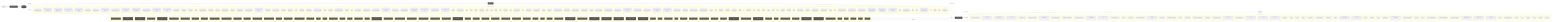
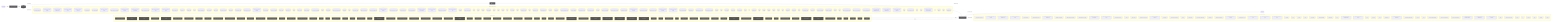
flowchart LR
  UserQ(["👤 User Query"])
  Embed["📐 Embedding Model"]
  VecDB[("📚 Vector Store")]
  Retriever["🔍 Retriever"]
  LLMNode["🧠 LLM / Generator"]
  Output(["✅ Response"])
  UserQ -->|query| Embed
  Embed -->|vector| VecDB
  VecDB -->|top-k chunks| Retriever
  Retriever -->|context + query| LLMNode
  LLMNode -->|generated answer| Output
  subgraph DetectedMemory["Detected memory stores"]
    det_detectedmemory_check_gitbook_readiness_33bdca76[("check-gitbook-readiness")]
    det_detectedmemory_check_steering_feedback_contract_80134459[("check-steering-feedback-contract")]
    det_detectedmemory_prompt_context_drift_validate_runner_c8ecc6f5[("prompt-context-drift-validate-runner")]
    det_detectedmemory_prompt_context_drift_write_runner_69e6a4fd[("prompt-context-drift-write-runner")]
    det_detectedmemory_normalize_workflow_contracts_8701f1c8[("normalize-workflow-contracts")]
    det_detectedmemory_run_harness_evals_77704768[("run-harness-evals")]
    det_detectedmemory_sync_codex_preflight_7e7a8dc2[("sync-codex-preflight")]
    det_detectedmemory_test_harness_upgrade_matrix_84113c4e[("test-harness-upgrade-matrix")]
    det_detectedmemory_validate_prompt_context_drift_8c949ef6[("validate-prompt-context-drift")]
    det_detectedmemory_validate_runtime_packet_schemas_bc3ba8ec[("validate-runtime-packet-schemas")]
    det_detectedmemory_validate_system_prompt_gap_adoption_62d8c955[("validate-system-prompt-gap-adoption")]
    det_detectedmemory_validate_workflow_contracts_33dc063c[("validate-workflow-contracts")]
    det_detectedmemory_write_agent_native_ratchet_report_67cdbeea[("write-agent-native-ratchet-report")]
    det_detectedmemory_write_prompt_context_drift_report_71a4e149[("write-prompt-context-drift-report")]
    det_detectedmemory_branch_protect_core_a8feb0fd[("branch-protect-core")]
    det_detectedmemory_ci_migrate_core_7005b5af[("ci-migrate-core")]
    det_detectedmemory_context_health_80bb7da9[("context-health")]
    det_detectedmemory_context_ea7792a2[("context")]
    det_detectedmemory_docs_gate_classification_2f51c90b[("docs-gate-classification")]
    det_detectedmemory_docs_gate_types_d285abb6[("docs-gate-types")]
    det_detectedmemory_index_context_de3ed39d[("index-context")]
    det_detectedmemory_local_memory_preflight_dcc36c42[("local-memory-preflight")]
    det_detectedmemory_memory_gate_a577a506[("memory-gate")]
    det_detectedmemory_next_orientation_meta_3a6af72b[("next-orientation-meta")]
    det_detectedmemory_next_prompt_context_drift_3c5a93d5[("next-prompt-context-drift")]
    det_detectedmemory_next_recommendation_decisions_03315dd4[("next-recommendation-decisions")]
    det_detectedmemory_next_runner_state_be6fe997[("next-runner-state")]
    det_detectedmemory_pattern_scope_siblings_43abe000[("pattern-scope-siblings")]
    det_detectedmemory_review_context_ca6cf81d[("review-context")]
    det_detectedmemory_review_gate_core_4c8001f9[("review-gate-core")]
    det_detectedmemory_search_24193290[("search")]
    det_detectedmemory_session_context_e5ec72c0[("session-context")]
    det_detectedmemory_tooling_audit_core_328d6a41[("tooling-audit-core")]
    det_detectedmemory_run_local_memory_preflight_36e92808[("run-local-memory-preflight")]
    det_detectedmemory_checker_d2d2328e[("checker")]
    det_detectedmemory_context_health_1_ceb11829[("context-health")]
    det_detectedmemory_prompt_context_drift_surface_c1e30b42[("prompt-context-drift-surface")]
    det_detectedmemory_test_fixtures_c2f936b0[("test-fixtures")]
    det_detectedmemory_types_2_d9bc6e7a[("types")]
    det_detectedmemory_branch_protect_sync_570adb18[("branch-protect-sync")]
    det_detectedmemory_builtin_command_specs_ac7d392e[("builtin-command-specs")]
    det_detectedmemory_command_capability_rules_ca3f496a[("command-capability-rules")]
    det_detectedmemory_command_expected_artifacts_6469c2fb[("command-expected-artifacts")]
+     det_detectedmemory_command_invocation_effects_fbc96da5[("command-invocation-effects")]
    det_detectedmemory_command_specs_core_1c0ffc99[("command-specs-core")]
    det_detectedmemory_command_visibility_rules_83c6a86a[("command-visibility-rules")]
    det_detectedmemory_local_memory_preflight_command_spec_9e23f3ce[("local-memory-preflight-command-spec")]
    det_detectedmemory_memory_gate_command_spec_dc9001a9[("memory-gate-command-spec")]
    det_detectedmemory_review_gate_command_spec_3187376a[("review-gate-command-spec")]
    det_detectedmemory_session_context_command_spec_973afbb1[("session-context-command-spec")]
    det_detectedmemory_constants_7517017f[("constants")]
    det_detectedmemory_context_compact_policy_3dcaf95d[("context-compact-policy")]
    det_detectedmemory_index_3_7e40d474[("index")]
    det_detectedmemory_indexer_70fa78e5[("indexer")]
    det_detectedmemory_init_error_5c7dd49f[("init-error")]
    det_detectedmemory_lexical_fallback_723e2b3e[("lexical-fallback")]
    det_detectedmemory_ollama_76e3c7bf[("ollama")]
    det_detectedmemory_rollout_a4fa034c[("rollout")]
    det_detectedmemory_sources_878a52fc[("sources")]
    det_detectedmemory_store_824d80d7[("store")]
    det_detectedmemory_sync_contract_c79fa191[("sync-contract")]
    det_detectedmemory_types_8_f6283648[("types")]
    det_detectedmemory_harness_run_context_ac7c77a9[("harness-run-context")]
    det_detectedmemory_index_4_013aa0e3[("index")]
    det_detectedmemory_json_schema_core_96d7e328[("json-schema-core")]
    det_detectedmemory_policy_validators_core_714a3fe7[("policy-validators-core")]
    det_detectedmemory_types_core_e405ddca[("types-core")]
    det_detectedmemory_validator_core_4358f8ba[("validator-core")]
    det_detectedmemory_archive_candidates_scanner_d0931789[("archive-candidates-scanner")]
    det_detectedmemory_archive_candidates_dc0e40e1[("archive-candidates")]
    det_detectedmemory_docs_task_eval_contract_79347457[("docs-task-eval-contract")]
    det_detectedmemory_docs_task_eval_fixtures_44902755[("docs-task-eval-fixtures")]
    det_detectedmemory_init_modes_c05ceb07[("init-modes")]
    det_detectedmemory_project_brain_templates_7ef51530[("project-brain-templates")]
    det_detectedmemory_scaffold_diagram_templates_dd88e83c[("scaffold-diagram-templates")]
    det_detectedmemory_scaffold_doc_templates_f6152330[("scaffold-doc-templates")]
    det_detectedmemory_scaffold_environment_templates_c1ceba6a[("scaffold-environment-templates")]
    det_detectedmemory_scaffold_gitbook_templates_76afd03a[("scaffold-gitbook-templates")]
    det_detectedmemory_scaffold_hook_templates_8c74ab50[("scaffold-hook-templates")]
    det_detectedmemory_scaffold_root_command_templates_404fed7f[("scaffold-root-command-templates")]
    det_detectedmemory_scaffold_script_template_registry_69312d4e[("scaffold-script-template-registry")]
    det_detectedmemory_scaffold_shell_templates_0ad0f915[("scaffold-shell-templates")]
    det_detectedmemory_scaffold_surfaces_12d6494e[("scaffold-surfaces")]
    det_detectedmemory_scaffold_template_registry_b1cce2aa[("scaffold-template-registry")]
    det_detectedmemory_scaffold_workflow_template_92310587[("scaffold-workflow-template")]
    det_detectedmemory_eval_seed_5699fd3e[("eval-seed")]
    det_detectedmemory_index_10_f6785a46[("index")]
    det_detectedmemory_review_context_1_e3afed15[("review-context")]
    det_detectedmemory_memory_gate_1_265164ac[("memory-gate")]
    det_detectedmemory_branch_enforcer_acb749cd[("branch-enforcer")]
    det_detectedmemory_cli_args_5_09ea29f0[("cli-args")]
    det_detectedmemory_cli_7_dc4a9f7f[("cli")]
    det_detectedmemory_metrics_tracker_98cec29c[("metrics-tracker")]
    det_detectedmemory_types_20_071a0112[("types")]
    det_detectedmemory_validator_5_b19ac2be[("validator")]
    det_detectedmemory_classifier_fe1991a9[("classifier")]
    det_detectedmemory_collector_0736fd5b[("collector")]
    det_detectedmemory_context_1_2c2d8aa6[("context")]
    det_detectedmemory_types_22_f3cf4a73[("types")]
    det_detectedmemory_tooling_paths_560ac80d[("tooling-paths")]
    det_detectedmemory_claim_helpers_20dc8387[("claim-helpers")]
    det_detectedmemory_types_26_a5814179[("types")]
    det_detectedmemory_local_memory_smoke_1175abfc[("local-memory-smoke")]
    det_detectedmemory_local_memory_0db17ecc[("local-memory")]
    det_detectedmemory_performance_overload_c685bfcf[("performance-overload")]
    det_detectedmemory_suggestion_generator_0956f794[("suggestion-generator")]
    det_detectedmemory_git_head_7346fd6a[("git-head")]
    det_detectedmemory_index_12_762ec91b[("index")]
    det_detectedmemory_prompt_context_drift_builder_a451c7dd[("prompt-context-drift-builder")]
    det_detectedmemory_prompt_context_drift_report_3257a95c[("prompt-context-drift-report")]
    det_detectedmemory_prompt_context_drift_types_ba6863d4[("prompt-context-drift-types")]
    det_detectedmemory_prompt_context_drift_validation_evidence_21f0336f[("prompt-context-drift-validation-evidence")]
    det_detectedmemory_prompt_context_drift_validation_utils_2285f4ac[("prompt-context-drift-validation-utils")]
    det_detectedmemory_prompt_context_drift_validation_8fc01719[("prompt-context-drift-validation")]
    det_detectedmemory_index_13_97df39c8[("index")]
    det_detectedmemory_prompt_context_receipt_17b862b2[("prompt-context-receipt")]
    det_detectedmemory_types_33_16e22a82[("types")]
    det_detectedmemory_policy_1_fc4198db[("policy")]
    det_detectedmemory_runtime_card_codex_runtime_validation_d8ce9934[("runtime-card-codex-runtime-validation")]
    det_detectedmemory_cli_13_ae2ba749[("cli")]
    det_detectedmemory_collector_1_bc604d2a[("collector")]
    det_detectedmemory_types_36_674380ec[("types")]
    det_detectedmemory_overload_guard_2748c559[("overload-guard")]
  end
  VecDB -. "implemented by" .-> DetectedMemory
  subgraph DetectedLLM["Detected LLM clients"]
    det_detectedllm_check_codex_agent_roles_5bb2e89b["check-codex-agent-roles"]
    det_detectedllm_check_steering_feedback_contract_80134459["check-steering-feedback-contract"]
    det_detectedllm_prompt_context_drift_validate_runner_c8ecc6f5["prompt-context-drift-validate-runner"]
    det_detectedllm_prompt_context_drift_write_runner_69e6a4fd["prompt-context-drift-write-runner"]
    det_detectedllm_run_harness_evals_77704768["run-harness-evals"]
    det_detectedllm_validate_decision_request_2e5c325e["validate-decision-request"]
    det_detectedllm_validate_goal_completion_audit_receipt_100d252c["validate-goal-completion-audit-receipt"]
    det_detectedllm_validate_packaged_skill_5e32c890["validate-packaged-skill"]
    det_detectedllm_validate_prompt_context_drift_8c949ef6["validate-prompt-context-drift"]
    det_detectedllm_validate_reviewer_coverage_251efee3["validate-reviewer-coverage"]
    det_detectedllm_validate_system_prompt_gap_adoption_62d8c955["validate-system-prompt-gap-adoption"]
    det_detectedllm_write_prompt_context_drift_report_71a4e149["write-prompt-context-drift-report"]
    det_detectedllm_check_environment_core_2c16213f["check-environment-core"]
    det_detectedllm_context_ea7792a2["context"]
    det_detectedllm_index_context_de3ed39d["index-context"]
    det_detectedllm_next_prompt_context_drift_3c5a93d5["next-prompt-context-drift"]
    det_detectedllm_next_recommendation_decisions_03315dd4["next-recommendation-decisions"]
    det_detectedllm_prompt_gate_c5e9d207["prompt-gate"]
    det_detectedllm_remediate_runner_helpers_929fedcc["remediate-runner-helpers"]
    det_detectedllm_search_24193290["search"]
    det_detectedllm_context_health_1_ceb11829["context-health"]
    det_detectedllm_prompt_context_drift_surface_c1e30b42["prompt-context-drift-surface"]
    det_detectedllm_test_fixtures_c2f936b0["test-fixtures"]
    det_detectedllm_builtin_command_specs_ac7d392e["builtin-command-specs"]
    det_detectedllm_command_expected_artifacts_6469c2fb["command-expected-artifacts"]
    det_detectedllm_command_specs_core_1c0ffc99["command-specs-core"]
    det_detectedllm_pilot_evaluate_command_spec_1084ea72["pilot-evaluate-command-spec"]
    det_detectedllm_pilot_rollback_command_spec_4fe69f7d["pilot-rollback-command-spec"]
    det_detectedllm_prompt_gate_command_spec_9a941482["prompt-gate-command-spec"]
    det_detectedllm_constants_7517017f["constants"]
    det_detectedllm_index_3_7e40d474["index"]
    det_detectedllm_indexer_70fa78e5["indexer"]
    det_detectedllm_ollama_76e3c7bf["ollama"]
    det_detectedllm_sync_contract_c79fa191["sync-contract"]
    det_detectedllm_north_star_validators_cfc926ce["north-star-validators"]
    det_detectedllm_hilt_boundary_9b36fb15["hilt-boundary"]
    det_detectedllm_types_10_75e5a4a0["types"]
    det_detectedllm_goal_completion_audit_receipt_validation_9d0f4891["goal-completion-audit-receipt-validation"]
    det_detectedllm_goal_completion_audit_receipt_5e4939c3["goal-completion-audit-receipt"]
    det_detectedllm_index_5_522f772a["index"]
    det_detectedllm_constants_1_a84e15f0["constants"]
    det_detectedllm_types_18_37582e2a["types"]
    det_detectedllm_sensitive_text_7c11f760["sensitive-text"]
    det_detectedllm_pr_template_linked_issue_relationship_a7b61f2c["pr-template-linked-issue-relationship"]
    det_detectedllm_pr_template_validator_rules_20a32d6b["pr-template-validator-rules"]
    det_detectedllm_git_head_7346fd6a["git-head"]
    det_detectedllm_index_12_762ec91b["index"]
    det_detectedllm_prompt_context_drift_builder_a451c7dd["prompt-context-drift-builder"]
    det_detectedllm_prompt_context_drift_report_3257a95c["prompt-context-drift-report"]
    det_detectedllm_prompt_context_drift_types_ba6863d4["prompt-context-drift-types"]
    det_detectedllm_prompt_context_drift_validation_evidence_21f0336f["prompt-context-drift-validation-evidence"]
    det_detectedllm_prompt_context_drift_validation_utils_2285f4ac["prompt-context-drift-validation-utils"]
    det_detectedllm_prompt_context_drift_validation_8fc01719["prompt-context-drift-validation"]
    det_detectedllm_index_13_97df39c8["index"]
    det_detectedllm_prompt_context_receipt_17b862b2["prompt-context-receipt"]
    det_detectedllm_cli_args_9_9c136878["cli-args"]
    det_detectedllm_cli_12_01c06c37["cli"]
    det_detectedllm_sections_4697ef32["sections"]
    det_detectedllm_types_29_929d5a70["types"]
    det_detectedllm_validator_7_f836eb0e["validator"]
    det_detectedllm_cli_args_10_861cdd3f["cli-args"]
  end
  LLMNode -. "implemented by" .-> DetectedLLM
  subgraph DetectedTools["Agentic tool calls"]
    det_detectedtools_check_codex_agent_roles_5bb2e89b["🔧 check-codex-agent-roles"]
    det_detectedtools_check_steering_feedback_contract_80134459["🔧 check-steering-feedback-contract"]
    det_detectedtools_check_tooling_baseline_parity_3124b30a["🔧 check-tooling-baseline-parity"]
    det_detectedtools_run_harness_evals_77704768["🔧 run-harness-evals"]
    det_detectedtools_validate_action_review_receipt_fa2f06c3["🔧 validate-action-review-receipt"]
    det_detectedtools_validate_packaged_skill_5e32c890["🔧 validate-packaged-skill"]
    det_detectedtools_validate_replay_packet_f309747e["🔧 validate-replay-packet"]
    det_detectedtools_ci_migrate_core_7005b5af["🔧 ci-migrate-core"]
    det_detectedtools_doctor_checks_5a2eb2b9["🔧 doctor-checks"]
    det_detectedtools_doctor_github_tool_check_e0a938df["🔧 doctor-github-tool-check"]
    det_detectedtools_doctor_github_tool_checks_a53b0382["🔧 doctor-github-tool-checks"]
    det_detectedtools_doctor_tool_checks_4acac51a["🔧 doctor-tool-checks"]
    det_detectedtools_fleet_plan_repo_ecdc6499["🔧 fleet-plan-repo"]
    det_detectedtools_next_blocked_decisions_4140ad2b["🔧 next-blocked-decisions"]
    det_detectedtools_next_pr_closeout_contract_af31d30a["🔧 next-pr-closeout-contract"]
    det_detectedtools_policy_gate_213f7313["🔧 policy-gate"]
    det_detectedtools_remediate_cli_output_cc165396["🔧 remediate-cli-output"]
    det_detectedtools_remediate_runner_helpers_929fedcc["🔧 remediate-runner-helpers"]
    det_detectedtools_review_gate_core_4c8001f9["🔧 review-gate-core"]
    det_detectedtools_index_1bc04b52["🔧 index"]
    det_detectedtools_types_1_4ecdf56e["🔧 types"]
    det_detectedtools_validation_constants_e002a0f6["🔧 validation-constants"]
    det_detectedtools_validation_98c41dcd["🔧 validation"]
    det_detectedtools_checker_d2d2328e["🔧 checker"]
    det_detectedtools_shared_state_policy_edc9c4db["🔧 shared-state-policy"]
    det_detectedtools_cli_args_1_6144b055["🔧 cli-args"]
    det_detectedtools_command_agent_native_capability_rules_b491ef6c["🔧 command-agent-native-capability-rules"]
    det_detectedtools_command_capabilities_a4d5c71e["🔧 command-capabilities"]
    det_detectedtools_command_capability_rules_ca3f496a["🔧 command-capability-rules"]
    det_detectedtools_command_visibility_rules_83c6a86a["🔧 command-visibility-rules"]
    det_detectedtools_linear_command_actions_e430f4f4["🔧 linear-command-actions"]
    det_detectedtools_linear_command_runner_4a740dfc["🔧 linear-command-runner"]
    det_detectedtools_policy_validators_core_714a3fe7["🔧 policy-validators-core"]
    det_detectedtools_shared_state_action_validator_e7b128cd["🔧 shared-state-action-validator"]
    det_detectedtools_types_core_e405ddca["🔧 types-core"]
    det_detectedtools_validator_core_4358f8ba["🔧 validator-core"]
    det_detectedtools_validator_helpers_7b927667["🔧 validator-helpers"]
    det_detectedtools_he_phase_exit_core_1148895b["🔧 he-phase-exit-core"]
    det_detectedtools_environment_runtime_3206f0a8["🔧 environment-runtime"]
    det_detectedtools_observed_skill_usage_ed7d5930["🔧 observed-skill-usage"]
    det_detectedtools_closure_evidence_aaa31467["🔧 closure-evidence"]
    det_detectedtools_pr_creator_dc6b1ea4["🔧 pr-creator"]
    det_detectedtools_client_948fe603["🔧 client"]
    det_detectedtools_init_output_360dce91["🔧 init-output"]
    det_detectedtools_scaffold_ci_templates_2afd6392["🔧 scaffold-ci-templates"]
    det_detectedtools_scaffold_codex_environment_templates_334fbbed["🔧 scaffold-codex-environment-templates"]
    det_detectedtools_scaffold_config_templates_4b80ce53["🔧 scaffold-config-templates"]
    det_detectedtools_scaffold_environment_templates_c1ceba6a["🔧 scaffold-environment-templates"]
    det_detectedtools_scaffold_github_actions_pr_pipeline_renderer_1ee18de5["🔧 scaffold-github-actions-pr-pipeline-renderer"]
    det_detectedtools_scaffold_github_actions_pr_pipeline_template_e2b85f62["🔧 scaffold-github-actions-pr-pipeline-template"]
    det_detectedtools_scaffold_package_command_template_80e32e83["🔧 scaffold-package-command-template"]
    det_detectedtools_scaffold_release_private_npm_template_075499f8["🔧 scaffold-release-private-npm-template"]
    det_detectedtools_constants_1_a84e15f0["🔧 constants"]
    det_detectedtools_index_9_32dd4d91["🔧 index"]
    det_detectedtools_validation_common_6161e48b["🔧 validation-common"]
    det_detectedtools_cli_7_dc4a9f7f["🔧 cli"]
    det_detectedtools_metrics_tracker_98cec29c["🔧 metrics-tracker"]
    det_detectedtools_normalise_renderer_85f2e563["🔧 normalise-renderer"]
    det_detectedtools_evaluation_engine_core_e054fe49["🔧 evaluation-engine-core"]
    det_detectedtools_tooling_baseline_50ab2eeb["🔧 tooling-baseline"]
    det_detectedtools_tooling_paths_560ac80d["🔧 tooling-paths"]
    det_detectedtools_prompt_context_drift_report_3257a95c["🔧 prompt-context-drift-report"]
    det_detectedtools_prompt_context_drift_types_ba6863d4["🔧 prompt-context-drift-types"]
    det_detectedtools_prompt_context_drift_validation_utils_2285f4ac["🔧 prompt-context-drift-validation-utils"]
    det_detectedtools_replay_packet_a1293f88["🔧 replay-packet"]
    det_detectedtools_index_14_d982116c["🔧 index"]
    det_detectedtools_review_lifecycle_contract_e5447221["🔧 review-lifecycle-contract"]
    det_detectedtools_review_lifecycle_89afa64c["🔧 review-lifecycle"]
    det_detectedtools_runtime_card_codex_runtime_validation_d8ce9934["🔧 runtime-card-codex-runtime-validation"]
    det_detectedtools_runtime_card_codex_runtime_0655e230["🔧 runtime-card-codex-runtime"]
    det_detectedtools_runtime_evidence_bundle_d471a232["🔧 runtime-evidence-bundle"]
    det_detectedtools_types_38_e8efcd57["🔧 types"]
    det_detectedtools_index_17_642943a2["🔧 index"]
    det_detectedtools_projection_1b250ea1["🔧 projection"]
    det_detectedtools_types_40_c7e41f89["🔧 types"]
    det_detectedtools_validation_8_b9fa10af["🔧 validation"]
  end
  LLMNode -->|tool use| DetectedTools
  DetectedTools -->|result| LLMNode
  classDef memNode fill:#555,color:#fff
  class VecDB,Retriever memNode
  classDef llmNode fill:#555,color:#fff
  class LLMNode,Embed llmNode
  classDef toolNode fill:#555,color:#fff
  class det_detectedtools_check_codex_agent_roles_5bb2e89b,det_detectedtools_check_steering_feedback_contract_80134459,det_detectedtools_check_tooling_baseline_parity_3124b30a,det_detectedtools_run_harness_evals_77704768,det_detectedtools_validate_action_review_receipt_fa2f06c3,det_detectedtools_validate_packaged_skill_5e32c890,det_detectedtools_validate_replay_packet_f309747e,det_detectedtools_ci_migrate_core_7005b5af,det_detectedtools_doctor_checks_5a2eb2b9,det_detectedtools_doctor_github_tool_check_e0a938df,det_detectedtools_doctor_github_tool_checks_a53b0382,det_detectedtools_doctor_tool_checks_4acac51a,det_detectedtools_fleet_plan_repo_ecdc6499,det_detectedtools_next_blocked_decisions_4140ad2b,det_detectedtools_next_pr_closeout_contract_af31d30a,det_detectedtools_policy_gate_213f7313,det_detectedtools_remediate_cli_output_cc165396,det_detectedtools_remediate_runner_helpers_929fedcc,det_detectedtools_review_gate_core_4c8001f9,det_detectedtools_index_1bc04b52,det_detectedtools_types_1_4ecdf56e,det_detectedtools_validation_constants_e002a0f6,det_detectedtools_validation_98c41dcd,det_detectedtools_checker_d2d2328e,det_detectedtools_shared_state_policy_edc9c4db,det_detectedtools_cli_args_1_6144b055,det_detectedtools_command_agent_native_capability_rules_b491ef6c,det_detectedtools_command_capabilities_a4d5c71e,det_detectedtools_command_capability_rules_ca3f496a,det_detectedtools_command_visibility_rules_83c6a86a,det_detectedtools_linear_command_actions_e430f4f4,det_detectedtools_linear_command_runner_4a740dfc,det_detectedtools_policy_validators_core_714a3fe7,det_detectedtools_shared_state_action_validator_e7b128cd,det_detectedtools_types_core_e405ddca,det_detectedtools_validator_core_4358f8ba,det_detectedtools_validator_helpers_7b927667,det_detectedtools_he_phase_exit_core_1148895b,det_detectedtools_environment_runtime_3206f0a8,det_detectedtools_observed_skill_usage_ed7d5930,det_detectedtools_closure_evidence_aaa31467,det_detectedtools_pr_creator_dc6b1ea4,det_detectedtools_client_948fe603,det_detectedtools_init_output_360dce91,det_detectedtools_scaffold_ci_templates_2afd6392,det_detectedtools_scaffold_codex_environment_templates_334fbbed,det_detectedtools_scaffold_config_templates_4b80ce53,det_detectedtools_scaffold_environment_templates_c1ceba6a,det_detectedtools_scaffold_github_actions_pr_pipeline_renderer_1ee18de5,det_detectedtools_scaffold_github_actions_pr_pipeline_template_e2b85f62,det_detectedtools_scaffold_package_command_template_80e32e83,det_detectedtools_scaffold_release_private_npm_template_075499f8,det_detectedtools_constants_1_a84e15f0,det_detectedtools_index_9_32dd4d91,det_detectedtools_validation_common_6161e48b,det_detectedtools_cli_7_dc4a9f7f,det_detectedtools_metrics_tracker_98cec29c,det_detectedtools_normalise_renderer_85f2e563,det_detectedtools_evaluation_engine_core_e054fe49,det_detectedtools_tooling_baseline_50ab2eeb,det_detectedtools_tooling_paths_560ac80d,det_detectedtools_prompt_context_drift_report_3257a95c,det_detectedtools_prompt_context_drift_types_ba6863d4,det_detectedtools_prompt_context_drift_validation_utils_2285f4ac,det_detectedtools_replay_packet_a1293f88,det_detectedtools_index_14_d982116c,det_detectedtools_review_lifecycle_contract_e5447221,det_detectedtools_review_lifecycle_89afa64c,det_detectedtools_runtime_card_codex_runtime_validation_d8ce9934,det_detectedtools_runtime_card_codex_runtime_0655e230,det_detectedtools_runtime_evidence_bundle_d471a232,det_detectedtools_types_38_e8efcd57,det_detectedtools_index_17_642943a2,det_detectedtools_projection_1b250ea1,det_detectedtools_types_40_c7e41f89,det_detectedtools_validation_8_b9fa10af toolNode
